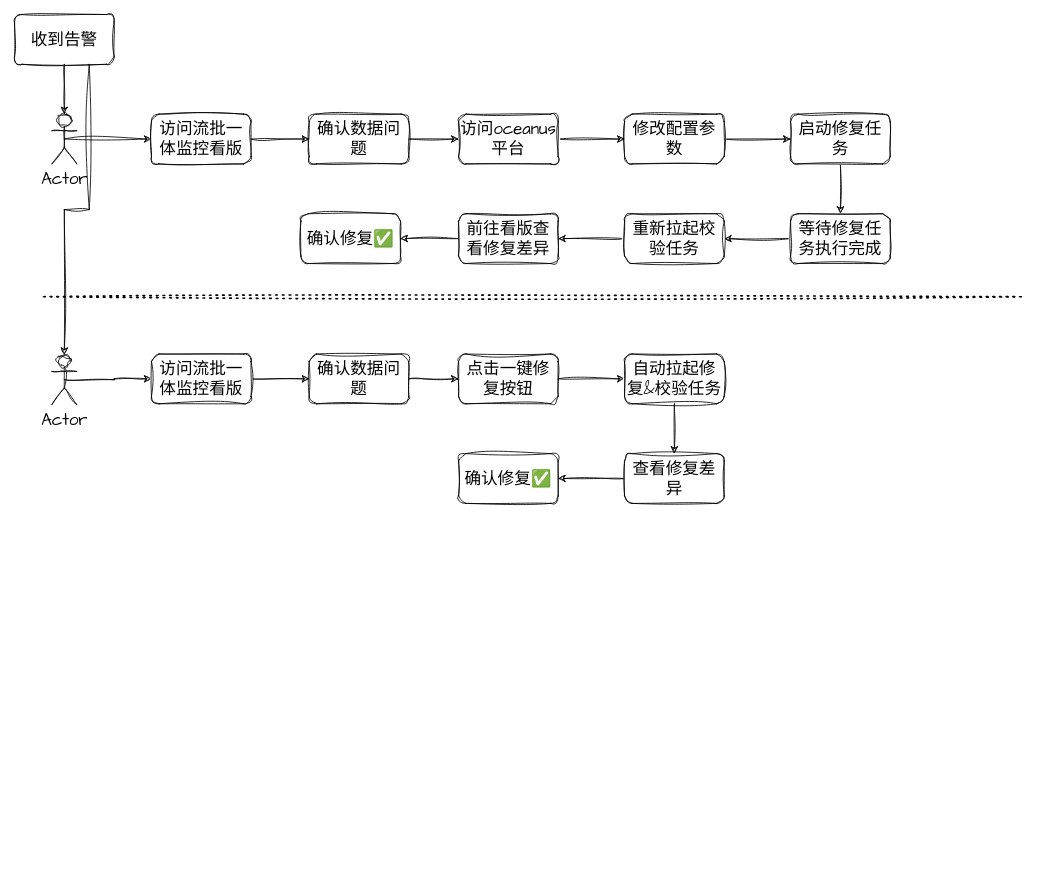
Before: 一键数据修复.drawio in Arthur-Lanc/drawio, a draw.io diagram. Source tidied: cells renumbered, new cells numbered last; positions are measured from the earlier drawing's top-left corner, leaving out a move shared by most shapes. Both pictures are drawn from the tidied source at 83%, with x=0, y=0 at pixel (14, 14).
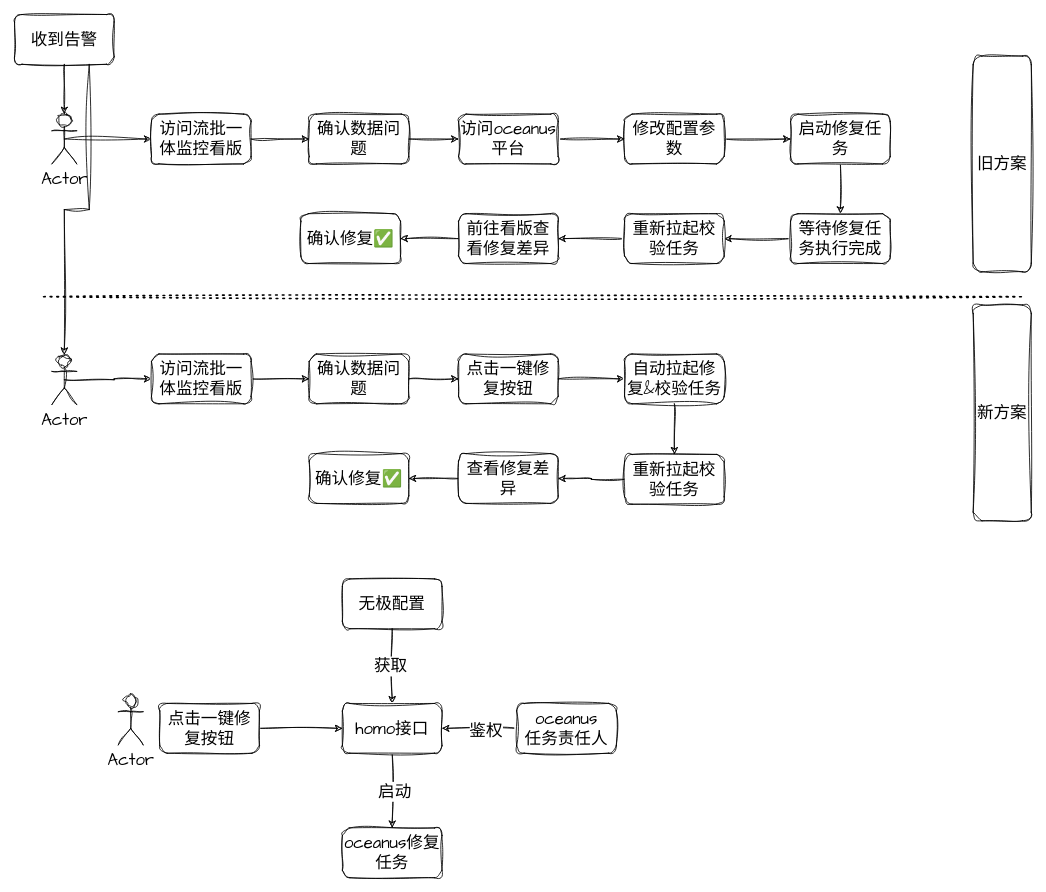
The same diagram, later.

Commit message:
更新一键数据修复.drawio

The change refers to these unchanged cells:
```xml
<mxCell id="33" value="自动拉起修复&amp;amp;校验任务" style="rounded=1;whiteSpace=wrap;html=1;sketch=1;hachureGap=4;jiggle=2;curveFitting=1;fontFamily=Architects Daughter;fontSize=20;" parent="1" vertex="1">
  <mxGeometry x="735" y="409" width="120" height="60" as="geometry" />
</mxCell>
```

Change to the diagram source:
```diff
@@
-    <mxCell id="32" style="edgeStyle=orthogonalEdgeStyle;rounded=0;sketch=1;hachureGap=4;jiggle=2;curveFitting=1;jettySize=auto;html=1;fontFamily=Architects Daughter;fontSize=16;" parent="1" edge="1" source="33" target="36">
-      <mxGeometry relative="1" as="geometry" />
-    </mxCell>
+    <mxCell id="38" style="edgeStyle=orthogonalEdgeStyle;rounded=0;sketch=1;hachureGap=4;jiggle=2;curveFitting=1;jettySize=auto;html=1;fontFamily=Architects Daughter;fontSize=16;" parent="1" edge="1" source="33" target="53">
+      <mxGeometry relative="1" as="geometry" />
+    </mxCell>
@@
     <mxCell id="34" value="确认修复✅" style="rounded=1;whiteSpace=wrap;html=1;sketch=1;hachureGap=4;jiggle=2;curveFitting=1;fontFamily=Architects Daughter;fontSize=20;" parent="1" vertex="1">
-      <mxGeometry x="535" y="529" width="120" height="60" as="geometry" />
+      <mxGeometry x="355" y="529" width="120" height="60" as="geometry" />
     </mxCell>
@@
     <mxCell id="36" value="查看修复差异" style="rounded=1;whiteSpace=wrap;html=1;sketch=1;hachureGap=4;jiggle=2;curveFitting=1;fontFamily=Architects Daughter;fontSize=20;" parent="1" vertex="1">
-      <mxGeometry x="735" y="529" width="120" height="60" as="geometry" />
+      <mxGeometry x="535" y="529" width="120" height="60" as="geometry" />
     </mxCell>
@@
+    <mxCell id="39" style="edgeStyle=orthogonalEdgeStyle;rounded=0;sketch=1;hachureGap=4;jiggle=2;curveFitting=1;jettySize=auto;html=1;fontFamily=Architects Daughter;fontSize=16;" parent="1" edge="1" source="40" target="51">
+      <mxGeometry relative="1" as="geometry" />
+    </mxCell>
+    <mxCell id="40" value="点击一键修复按钮" style="rounded=1;whiteSpace=wrap;html=1;sketch=1;hachureGap=4;jiggle=2;curveFitting=1;fontFamily=Architects Daughter;fontSize=20;" parent="1" vertex="1">
+      <mxGeometry x="175" y="830" width="120" height="60" as="geometry" />
+    </mxCell>
+    <mxCell id="41" value="Actor" style="shape=umlActor;verticalLabelPosition=bottom;verticalAlign=top;html=1;sketch=1;hachureGap=4;jiggle=2;curveFitting=1;fontFamily=Architects Daughter;fontSize=20;" parent="1" vertex="1">
+      <mxGeometry x="125" y="820" width="30" height="60" as="geometry" />
+    </mxCell>
+    <mxCell id="42" style="edgeStyle=orthogonalEdgeStyle;rounded=0;sketch=1;hachureGap=4;jiggle=2;curveFitting=1;jettySize=auto;html=1;fontFamily=Architects Daughter;fontSize=16;" parent="1" edge="1" source="44" target="51">
+      <mxGeometry relative="1" as="geometry" />
+    </mxCell>
+    <mxCell id="43" value="鉴权" style="edgeLabel;html=1;align=center;verticalAlign=middle;fontSize=20;fontFamily=Architects Daughter;" parent="42" vertex="1">
+      <mxGeometry x="-0.16" y="2" relative="1" as="geometry" />
+    </mxCell>
+    <mxCell id="44" value="oceanus&lt;br style=&quot;border-color: var(--border-color);&quot;&gt;任务责任人" style="rounded=1;whiteSpace=wrap;html=1;sketch=1;hachureGap=4;jiggle=2;curveFitting=1;fontFamily=Architects Daughter;fontSize=20;" parent="1" vertex="1">
+      <mxGeometry x="605" y="830" width="120" height="60" as="geometry" />
+    </mxCell>
+    <mxCell id="45" style="edgeStyle=orthogonalEdgeStyle;rounded=0;sketch=1;hachureGap=4;jiggle=2;curveFitting=1;jettySize=auto;html=1;fontFamily=Architects Daughter;fontSize=16;" parent="1" edge="1" source="47" target="51">
+      <mxGeometry relative="1" as="geometry" />
+    </mxCell>
+    <mxCell id="46" value="获取" style="edgeLabel;html=1;align=center;verticalAlign=middle;fontSize=20;fontFamily=Architects Daughter;" parent="45" vertex="1">
+      <mxGeometry x="-0.03" y="-3" relative="1" as="geometry" />
+    </mxCell>
+    <mxCell id="47" value="无极配置" style="rounded=1;whiteSpace=wrap;html=1;sketch=1;hachureGap=4;jiggle=2;curveFitting=1;fontFamily=Architects Daughter;fontSize=20;" parent="1" vertex="1">
+      <mxGeometry x="395" y="680" width="120" height="60" as="geometry" />
+    </mxCell>
+    <mxCell id="48" value="oceanus修复任务" style="rounded=1;whiteSpace=wrap;html=1;sketch=1;hachureGap=4;jiggle=2;curveFitting=1;fontFamily=Architects Daughter;fontSize=20;" parent="1" vertex="1">
+      <mxGeometry x="395" y="980" width="120" height="60" as="geometry" />
+    </mxCell>
+    <mxCell id="49" style="edgeStyle=orthogonalEdgeStyle;rounded=0;sketch=1;hachureGap=4;jiggle=2;curveFitting=1;jettySize=auto;html=1;fontFamily=Architects Daughter;fontSize=16;" parent="1" edge="1" source="51" target="48">
+      <mxGeometry relative="1" as="geometry" />
+    </mxCell>
+    <mxCell id="50" value="启动" style="edgeLabel;html=1;align=center;verticalAlign=middle;fontSize=20;fontFamily=Architects Daughter;" parent="49" vertex="1">
+      <mxGeometry y="2" relative="1" as="geometry" />
+    </mxCell>
+    <mxCell id="51" value="homo接口" style="rounded=1;whiteSpace=wrap;html=1;sketch=1;hachureGap=4;jiggle=2;curveFitting=1;fontFamily=Architects Daughter;fontSize=20;" parent="1" vertex="1">
+      <mxGeometry x="395" y="830" width="120" height="60" as="geometry" />
+    </mxCell>
+    <mxCell id="52" style="edgeStyle=orthogonalEdgeStyle;rounded=0;sketch=1;hachureGap=4;jiggle=2;curveFitting=1;jettySize=auto;html=1;fontFamily=Architects Daughter;fontSize=16;" parent="1" edge="1" source="53" target="36">
+      <mxGeometry relative="1" as="geometry" />
+    </mxCell>
+    <mxCell id="53" value="重新拉起校验任务" style="rounded=1;whiteSpace=wrap;html=1;sketch=1;hachureGap=4;jiggle=2;curveFitting=1;fontFamily=Architects Daughter;fontSize=20;" parent="1" vertex="1">
+      <mxGeometry x="735" y="530" width="120" height="60" as="geometry" />
+    </mxCell>
+    <mxCell id="54" value="旧方案" style="rounded=1;whiteSpace=wrap;html=1;sketch=1;hachureGap=4;jiggle=2;curveFitting=1;fontFamily=Architects Daughter;fontSize=20;" parent="1" vertex="1">
+      <mxGeometry x="1155" y="50" width="70" height="260" as="geometry" />
+    </mxCell>
+    <mxCell id="55" value="新方案" style="rounded=1;whiteSpace=wrap;html=1;sketch=1;hachureGap=4;jiggle=2;curveFitting=1;fontFamily=Architects Daughter;fontSize=20;" parent="1" vertex="1">
+      <mxGeometry x="1155" y="350" width="70" height="260" as="geometry" />
+    </mxCell>
```
